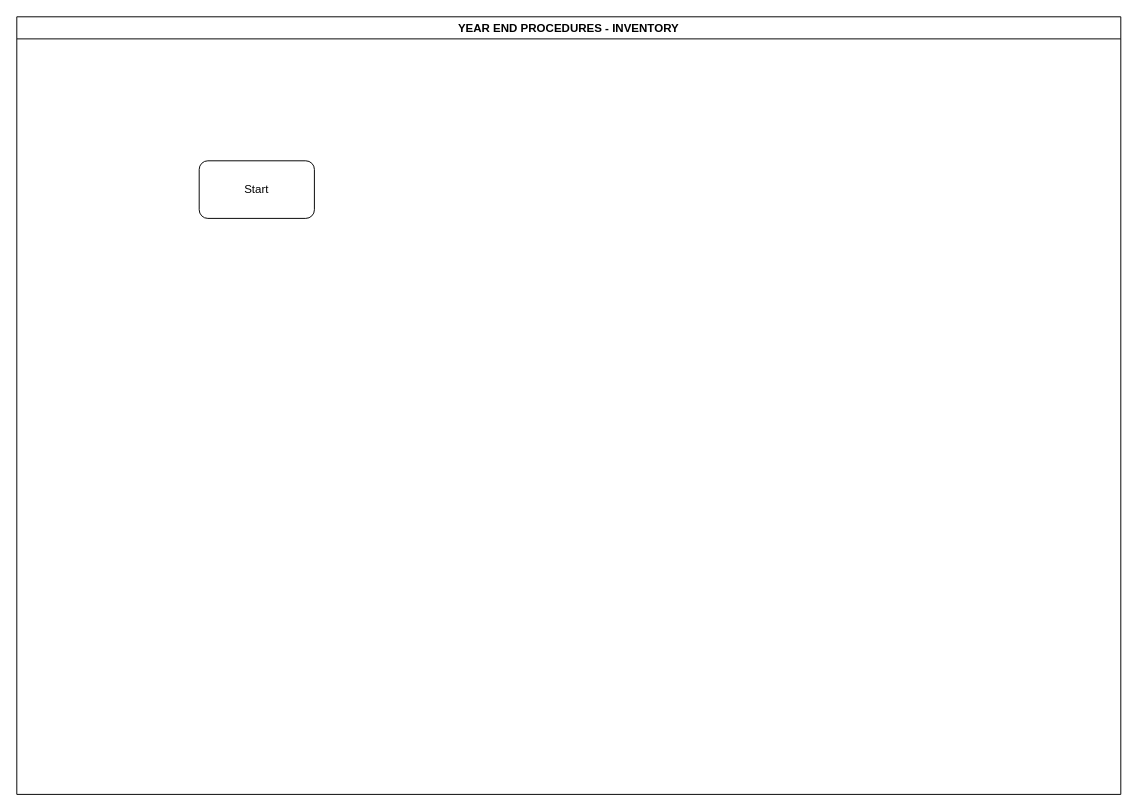
Before: KEFRI-FIN-YEAR_END-INVENTORY.drawio in kmagua/flowcharts, a draw.io diagram. Source tidied: cells renumbered, new cells numbered last; positions are measured from the earlier drawing's top-left corner, leaving out a move shared by most shapes. Both pictures are drawn from the tidied source at 96%, with x=0, y=0 at pixel (16, 16).
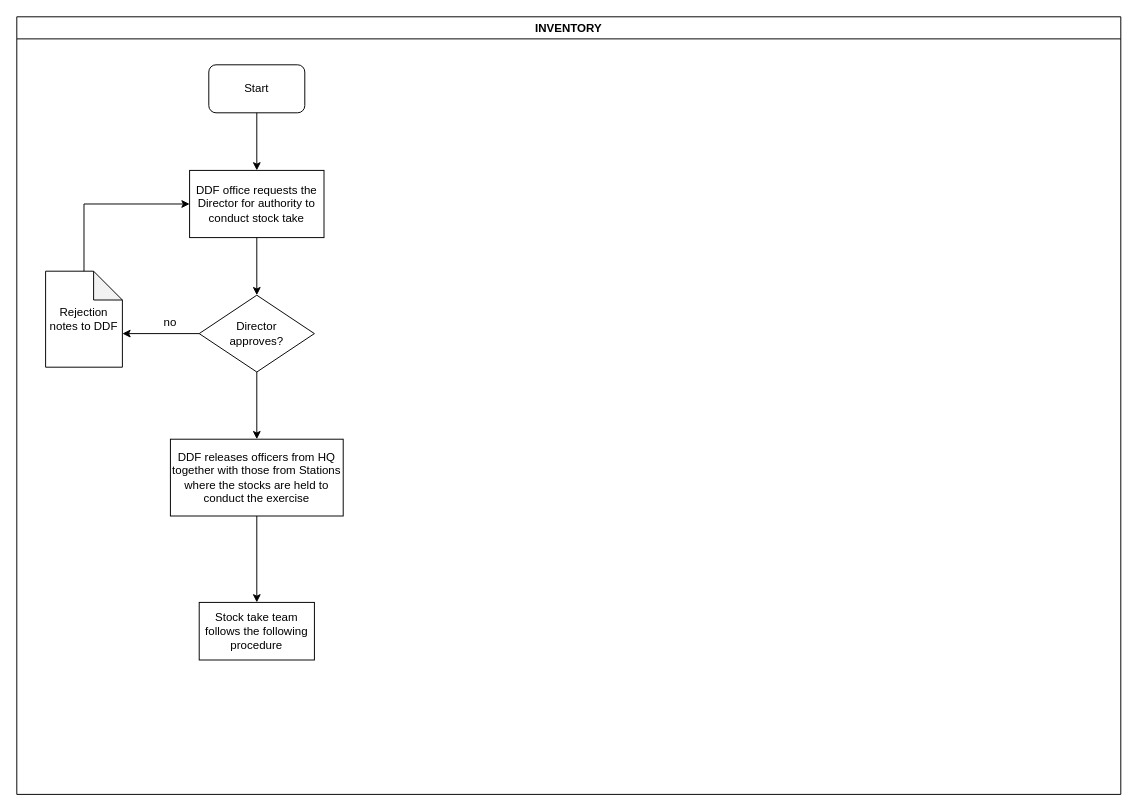
The same diagram, later.

The edit, as a diff of the source:
```diff
@@
 <mxGraphModel>
   <root>
     <mxCell id="0" />
     <mxCell id="1" parent="0" />
-    <mxCell id="2" value="&#10;YEAR END PROCEDURES - INVENTORY&#10;" style="swimlane;" parent="1" vertex="1" collapsed="1">
-      <mxGeometry width="1150" height="810" as="geometry" />
-    </mxCell>
+    <mxCell id="4" value="INVENTORY" style="swimlane;" parent="1" vertex="1">
+      <mxGeometry width="1150" height="810" as="geometry" />
+    </mxCell>
-    <mxCell id="3" value="Start" style="rounded=1;whiteSpace=wrap;html=1;" parent="1" vertex="1">
-      <mxGeometry x="190" y="150" width="120" height="60" as="geometry" />
+    <mxCell id="3" value="Start" style="rounded=1;whiteSpace=wrap;html=1;" parent="4" vertex="1">
+      <mxGeometry x="200" y="50" width="100" height="50" as="geometry" />
     </mxCell>
+    <mxCell id="5" value="DDF office requests the Director for authority to conduct stock take" style="rounded=0;whiteSpace=wrap;html=1;" parent="4" vertex="1">
+      <mxGeometry x="180" y="160" width="140" height="70" as="geometry" />
+    </mxCell>
+    <mxCell id="6" style="edgeStyle=orthogonalEdgeStyle;rounded=0;jettySize=auto;html=1;entryX=0.5;entryY=0;entryDx=0;entryDy=0;" parent="4" edge="1" source="3" target="5">
+      <mxGeometry relative="1" as="geometry" />
+    </mxCell>
+    <mxCell id="7" value="&lt;div&gt;Director&lt;/div&gt;&lt;div&gt;approves?&lt;/div&gt;" style="rhombus;whiteSpace=wrap;html=1;" parent="4" vertex="1">
+      <mxGeometry x="190" y="290" width="120" height="80" as="geometry" />
+    </mxCell>
+    <mxCell id="8" style="edgeStyle=orthogonalEdgeStyle;rounded=0;jettySize=auto;html=1;entryX=0.5;entryY=0;entryDx=0;entryDy=0;" parent="4" edge="1" source="5" target="7">
+      <mxGeometry relative="1" as="geometry" />
+    </mxCell>
+    <mxCell id="9" value="Rejection notes to DDF" style="shape=note;whiteSpace=wrap;html=1;backgroundOutline=1;darkOpacity=0.05;" parent="4" vertex="1">
+      <mxGeometry x="30" y="265" width="80" height="100" as="geometry" />
+    </mxCell>
+    <mxCell id="10" style="edgeStyle=orthogonalEdgeStyle;rounded=0;jettySize=auto;html=1;entryX=0;entryY=0;entryDx=80;entryDy=65;entryPerimeter=0;" parent="4" edge="1" source="7" target="9">
+      <mxGeometry relative="1" as="geometry" />
+    </mxCell>
+    <mxCell id="11" style="edgeStyle=orthogonalEdgeStyle;rounded=0;jettySize=auto;html=1;entryX=0;entryY=0.5;entryDx=0;entryDy=0;" parent="4" edge="1" source="9" target="5">
+      <mxGeometry relative="1" as="geometry">
+        <Array as="points">
+          <mxPoint x="70" y="195" />
+        </Array>
+      </mxGeometry>
+    </mxCell>
+    <mxCell id="12" value="no" style="text;html=1;strokeColor=none;fillColor=none;align=center;verticalAlign=middle;whiteSpace=wrap;rounded=0;" parent="4" vertex="1">
+      <mxGeometry x="140" y="309" width="40" height="20" as="geometry" />
+    </mxCell>
+    <mxCell id="13" style="edgeStyle=orthogonalEdgeStyle;rounded=0;jettySize=auto;html=1;" parent="1" edge="1" source="14" target="16">
+      <mxGeometry relative="1" as="geometry" />
+    </mxCell>
+    <mxCell id="14" value="DDF releases officers from HQ together with those from Stations where the stocks are held to conduct the exercise" style="whiteSpace=wrap;html=1;" parent="1" vertex="1">
+      <mxGeometry x="160" y="440" width="180" height="80" as="geometry" />
+    </mxCell>
+    <mxCell id="15" style="edgeStyle=orthogonalEdgeStyle;rounded=0;jettySize=auto;html=1;" parent="1" edge="1" source="7" target="14">
+      <mxGeometry relative="1" as="geometry" />
+    </mxCell>
+    <mxCell id="16" value="Stock take team follows the following procedure" style="whiteSpace=wrap;html=1;" parent="1" vertex="1">
+      <mxGeometry x="190" y="610" width="120" height="60" as="geometry" />
+    </mxCell>
   </root>
 </mxGraphModel>
```
